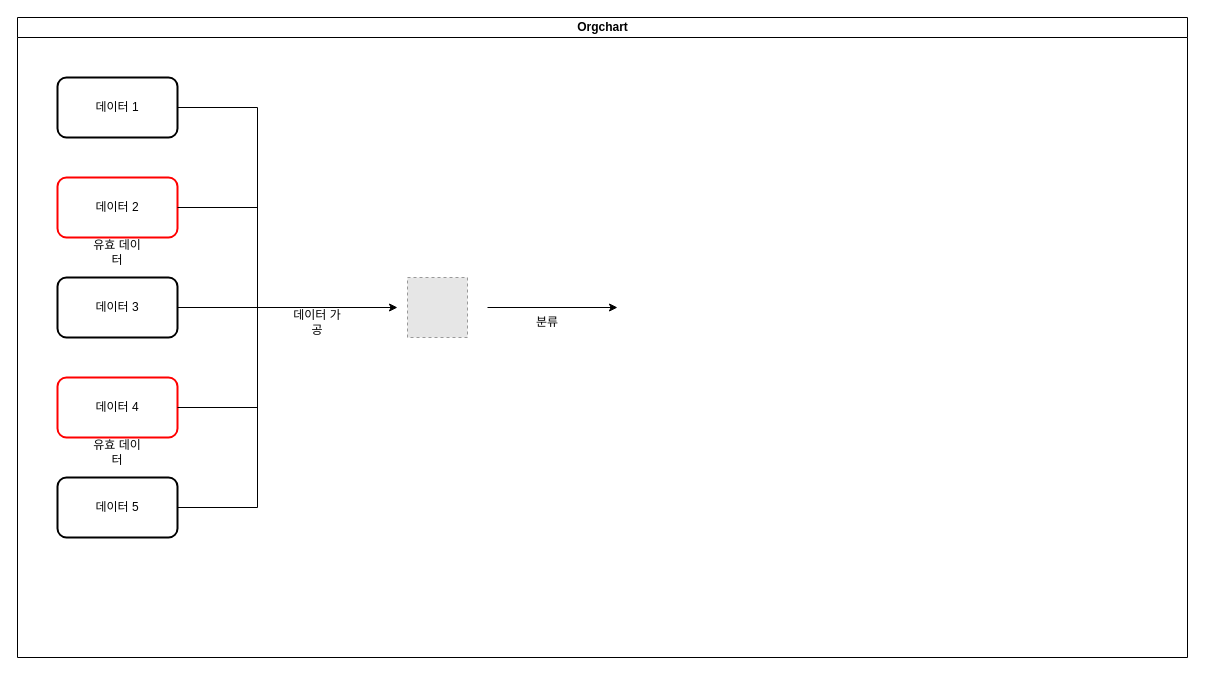
ICTIS-Cert-System-Project/ICTIS-Cert-System keeps this draw.io diagram as 제목 없는 다이어그램.drawio. Above is the earlier version. Source tidied: cells renumbered, new cells numbered last; positions are measured from the earlier drawing's top-left corner, leaving out a move shared by most shapes. Both pictures are drawn from the tidied source at 100%, with x=0, y=0 at pixel (17, 17). Pictures stored in the file or linked from it are replaced by grey dashed boxes.
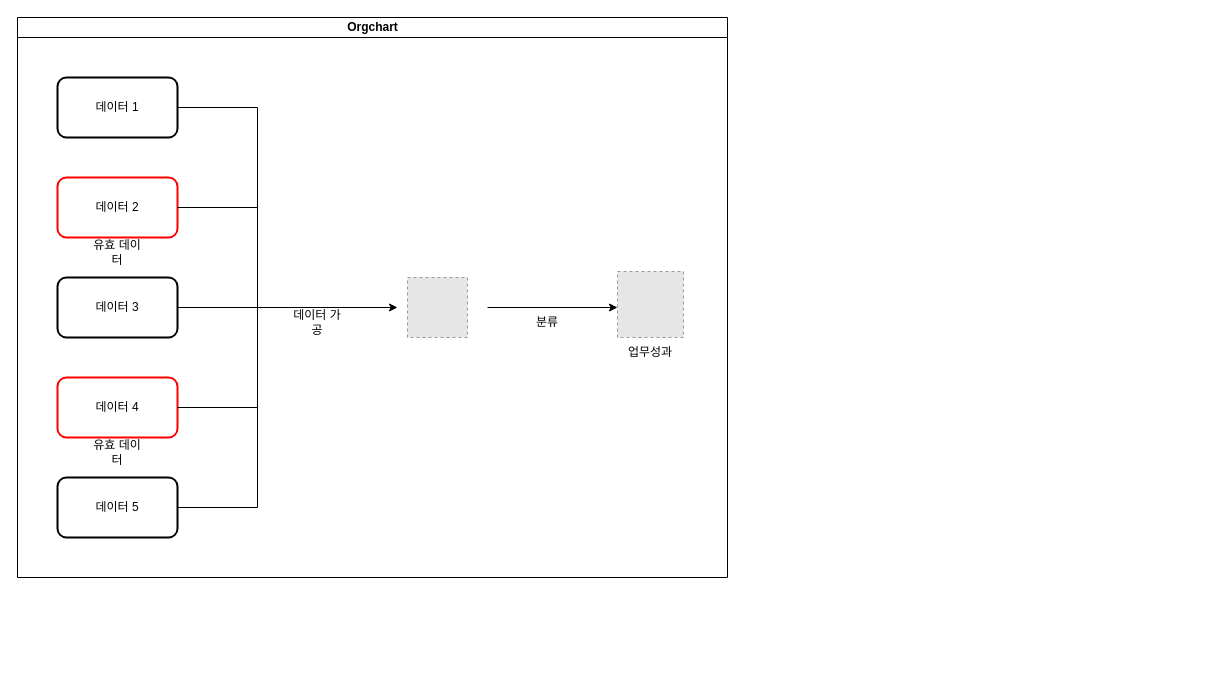
Above is the later version.

Commit message (it also covers changes not shown here):
제목 없는 다이어그램.drawio 업데이트

What changed in the source:
```diff
@@
     <mxCell id="2" value="Orgchart" style="swimlane;html=1;startSize=20;horizontal=1;containerType=tree;glass=0;" parent="1" vertex="1">
-      <mxGeometry width="1170" height="640" as="geometry" />
+      <mxGeometry width="710" height="560" as="geometry" />
     </mxCell>
@@
+    <mxCell id="21" style="fillColor=#E6E6E6;strokeColor=#999999;dashed=1;verticalLabelPosition=bottom;labelBackgroundColor=default;verticalAlign=top;" parent="2" vertex="1">
+      <mxGeometry x="600" y="254" width="66" height="66" as="geometry" />
+    </mxCell>
+    <mxCell id="22" value="업무성과" style="text;html=1;align=center;verticalAlign=middle;whiteSpace=wrap;rounded=0;" parent="2" vertex="1">
+      <mxGeometry x="603" y="320" width="60" height="30" as="geometry" />
+    </mxCell>
```
